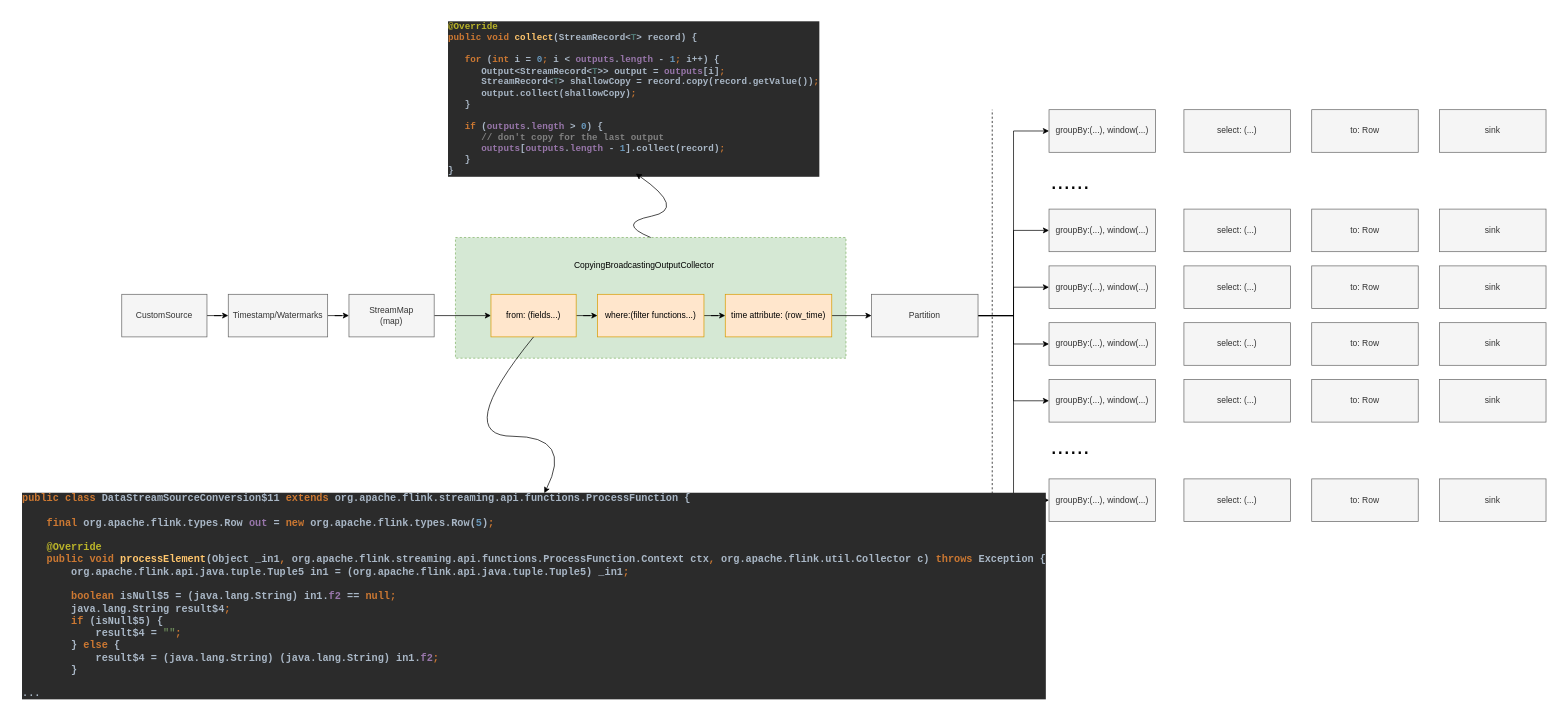
Above: Flink-workflow-multisql.drawio in popvlovs/popvlovs-repository (draw.io), before the change. Source tidied: cells renumbered, new cells numbered last; positions are measured from the earlier drawing's top-left corner, leaving out a move shared by most shapes. Both pictures are drawn from the tidied source at 71%, with x=0, y=0 at pixel (19, 24).
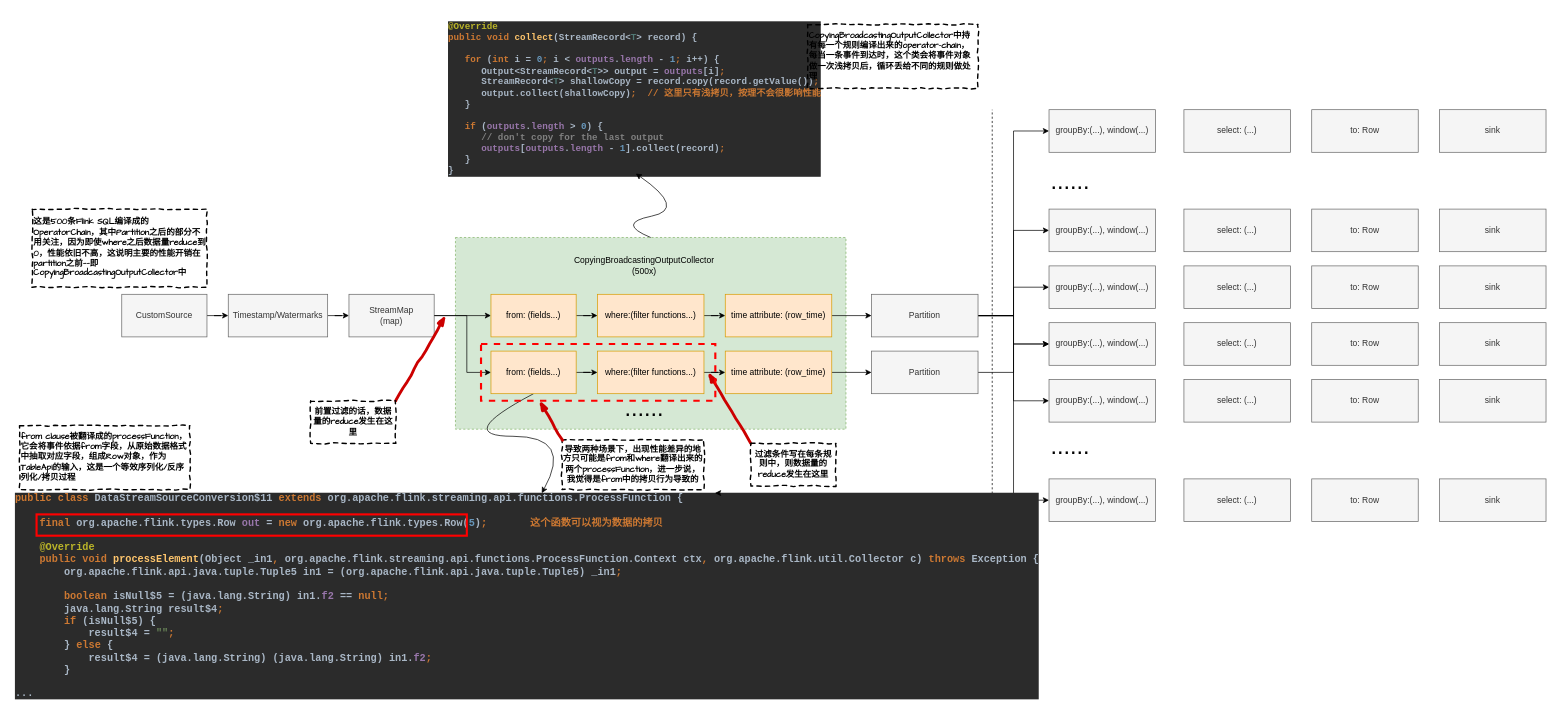
After the change.

The change refers to these unchanged cells:
```xml
<mxCell id="4" value="StreamMap&lt;br&gt;(map)" style="rounded=0;whiteSpace=wrap;html=1;fillColor=#f5f5f5;strokeColor=#666666;fontColor=#333333;" parent="1" vertex="1">
  <mxGeometry x="464" y="380" width="120" height="60" as="geometry" />
</mxCell>
<mxCell id="6" value="from: (fields...)" style="rounded=0;whiteSpace=wrap;html=1;fillColor=#ffe6cc;strokeColor=#d79b00;" parent="1" vertex="1">
  <mxGeometry x="664" y="380" width="120" height="60" as="geometry" />
</mxCell>
<mxCell id="35" value="groupBy:(...), window(...)" style="rounded=0;whiteSpace=wrap;html=1;fillColor=#f5f5f5;strokeColor=#666666;fontColor=#333333;" parent="1" vertex="1">
  <mxGeometry x="1450" y="420" width="150" height="60" as="geometry" />
</mxCell>
```

What changed in the source:
```diff
@@
     <mxCell id="2" style="rounded=0;whiteSpace=wrap;html=1;dashed=1;fillColor=#d5e8d4;strokeColor=#82b366;" parent="1" vertex="1">
-      <mxGeometry x="614" y="300" width="550" height="170" as="geometry" />
+      <mxGeometry x="614" y="300" width="550" height="270" as="geometry" />
     </mxCell>
@@
-    <mxCell id="49" value="CopyingBroadcastingOutputCollector" style="text;html=1;strokeColor=none;fillColor=none;align=center;verticalAlign=middle;whiteSpace=wrap;rounded=0;dashed=1;" parent="1" vertex="1">
+    <mxCell id="49" value="CopyingBroadcastingOutputCollector&lt;br&gt;(500x)" style="text;html=1;strokeColor=none;fillColor=none;align=center;verticalAlign=middle;whiteSpace=wrap;rounded=0;dashed=1;" parent="1" vertex="1">
       <mxGeometry x="860" y="330" width="40" height="20" as="geometry" />
     </mxCell>
-    <mxCell id="50" value="&lt;pre style=&quot;background-color: rgb(43 , 43 , 43) ; color: rgb(169 , 183 , 198) ; font-family: &amp;#34;consolas&amp;#34; ; font-size: 13px&quot;&gt;&lt;span style=&quot;color: #bbb529&quot;&gt;@Override&lt;br&gt;&lt;/span&gt;&lt;span style=&quot;color: #cc7832&quot;&gt;public void &lt;/span&gt;&lt;span style=&quot;color: #ffc66d&quot;&gt;collect&lt;/span&gt;(StreamRecord&amp;lt;&lt;span style=&quot;color: #507874&quot;&gt;T&lt;/span&gt;&amp;gt; record) {&lt;br&gt;&lt;br&gt;   &lt;span style=&quot;color: #cc7832&quot;&gt;for &lt;/span&gt;(&lt;span style=&quot;color: #cc7832&quot;&gt;int &lt;/span&gt;i = &lt;span style=&quot;color: #6897bb&quot;&gt;0&lt;/span&gt;&lt;span style=&quot;color: #cc7832&quot;&gt;; &lt;/span&gt;i &amp;lt; &lt;span style=&quot;color: #9876aa&quot;&gt;outputs&lt;/span&gt;.&lt;span style=&quot;color: #9876aa&quot;&gt;length &lt;/span&gt;- &lt;span style=&quot;color: #6897bb&quot;&gt;1&lt;/span&gt;&lt;span style=&quot;color: #cc7832&quot;&gt;; &lt;/span&gt;i++) {&lt;br&gt;      Output&amp;lt;StreamRecord&amp;lt;&lt;span style=&quot;color: #507874&quot;&gt;T&lt;/span&gt;&amp;gt;&amp;gt; output = &lt;span style=&quot;color: #9876aa&quot;&gt;outputs&lt;/span&gt;[i]&lt;span style=&quot;color: #cc7832&quot;&gt;;&lt;br&gt;&lt;/span&gt;&lt;span style=&quot;color: #cc7832&quot;&gt;      &lt;/span&gt;StreamRecord&amp;lt;&lt;span style=&quot;color: #507874&quot;&gt;T&lt;/span&gt;&amp;gt; shallowCopy = record.copy(record.getValue())&lt;span style=&quot;color: #cc7832&quot;&gt;;&lt;br&gt;&lt;/span&gt;&lt;span style=&quot;color: #cc7832&quot;&gt;      &lt;/span&gt;output.collect(shallowCopy)&lt;span style=&quot;color: #cc7832&quot;&gt;;&lt;br&gt;&lt;/span&gt;&lt;span style=&quot;color: #cc7832&quot;&gt;   &lt;/span&gt;}&lt;br&gt;&lt;br&gt;   &lt;span style=&quot;color: #cc7832&quot;&gt;if &lt;/span&gt;(&lt;span style=&quot;color: #9876aa&quot;&gt;outputs&lt;/span&gt;.&lt;span style=&quot;color: #9876aa&quot;&gt;length &lt;/span&gt;&amp;gt; &lt;span style=&quot;color: #6897bb&quot;&gt;0&lt;/span&gt;) {&lt;br&gt;      &lt;span style=&quot;color: #808080&quot;&gt;// don't copy for the last output&lt;br&gt;&lt;/span&gt;&lt;span style=&quot;color: #808080&quot;&gt;      &lt;/span&gt;&lt;span style=&quot;color: #9876aa&quot;&gt;outputs&lt;/span&gt;[&lt;span style=&quot;color: #9876aa&quot;&gt;outputs&lt;/span&gt;.&lt;span style=&quot;color: #9876aa&quot;&gt;length &lt;/span&gt;- &lt;span style=&quot;color: #6897bb&quot;&gt;1&lt;/span&gt;].collect(record)&lt;span style=&quot;color: #cc7832&quot;&gt;;&lt;br&gt;&lt;/span&gt;&lt;span style=&quot;color: #cc7832&quot;&gt;   &lt;/span&gt;}&lt;br&gt;}&lt;/pre&gt;" style="html=1;whiteSpace=wrap;comic=1;strokeWidth=1;fontFamily=Comic Sans MS;fontStyle=1;dashed=1;align=left;strokeColor=none;gradientColor=none;fillColor=none;spacingTop=1;spacingBottom=1;spacingLeft=1;spacingRight=1;spacing=3;" parent="1" vertex="1">
+    <mxCell id="50" value="&lt;pre style=&quot;background-color: rgb(43 , 43 , 43) ; color: rgb(169 , 183 , 198) ; font-family: &amp;#34;consolas&amp;#34; ; font-size: 13px&quot;&gt;&lt;span style=&quot;color: #bbb529&quot;&gt;@Override&lt;br&gt;&lt;/span&gt;&lt;span style=&quot;color: #cc7832&quot;&gt;public void &lt;/span&gt;&lt;span style=&quot;color: #ffc66d&quot;&gt;collect&lt;/span&gt;(StreamRecord&amp;lt;&lt;span style=&quot;color: #507874&quot;&gt;T&lt;/span&gt;&amp;gt; record) {&lt;br&gt;&lt;br&gt;   &lt;span style=&quot;color: #cc7832&quot;&gt;for &lt;/span&gt;(&lt;span style=&quot;color: #cc7832&quot;&gt;int &lt;/span&gt;i = &lt;span style=&quot;color: #6897bb&quot;&gt;0&lt;/span&gt;&lt;span style=&quot;color: #cc7832&quot;&gt;; &lt;/span&gt;i &amp;lt; &lt;span style=&quot;color: #9876aa&quot;&gt;outputs&lt;/span&gt;.&lt;span style=&quot;color: #9876aa&quot;&gt;length &lt;/span&gt;- &lt;span style=&quot;color: #6897bb&quot;&gt;1&lt;/span&gt;&lt;span style=&quot;color: #cc7832&quot;&gt;; &lt;/span&gt;i++) {&lt;br&gt;      Output&amp;lt;StreamRecord&amp;lt;&lt;span style=&quot;color: #507874&quot;&gt;T&lt;/span&gt;&amp;gt;&amp;gt; output = &lt;span style=&quot;color: #9876aa&quot;&gt;outputs&lt;/span&gt;[i]&lt;span style=&quot;color: #cc7832&quot;&gt;;&lt;br&gt;&lt;/span&gt;&lt;span style=&quot;color: #cc7832&quot;&gt;      &lt;/span&gt;StreamRecord&amp;lt;&lt;span style=&quot;color: #507874&quot;&gt;T&lt;/span&gt;&amp;gt; shallowCopy = record.copy(record.getValue())&lt;span style=&quot;color: #cc7832&quot;&gt;;&lt;br&gt;&lt;/span&gt;&lt;span style=&quot;color: #cc7832&quot;&gt;      &lt;/span&gt;output.collect(shallowCopy)&lt;span style=&quot;color: #cc7832&quot;&gt;;  // 这里只有浅拷贝，按理不会很影响性能&lt;br&gt;&lt;/span&gt;&lt;span style=&quot;color: #cc7832&quot;&gt;   &lt;/span&gt;}&lt;br&gt;&lt;br&gt;   &lt;span style=&quot;color: #cc7832&quot;&gt;if &lt;/span&gt;(&lt;span style=&quot;color: #9876aa&quot;&gt;outputs&lt;/span&gt;.&lt;span style=&quot;color: #9876aa&quot;&gt;length &lt;/span&gt;&amp;gt; &lt;span style=&quot;color: #6897bb&quot;&gt;0&lt;/span&gt;) {&lt;br&gt;      &lt;span style=&quot;color: #808080&quot;&gt;// don't copy for the last output&lt;br&gt;&lt;/span&gt;&lt;span style=&quot;color: #808080&quot;&gt;      &lt;/span&gt;&lt;span style=&quot;color: #9876aa&quot;&gt;outputs&lt;/span&gt;[&lt;span style=&quot;color: #9876aa&quot;&gt;outputs&lt;/span&gt;.&lt;span style=&quot;color: #9876aa&quot;&gt;length &lt;/span&gt;- &lt;span style=&quot;color: #6897bb&quot;&gt;1&lt;/span&gt;].collect(record)&lt;span style=&quot;color: #cc7832&quot;&gt;;&lt;br&gt;&lt;/span&gt;&lt;span style=&quot;color: #cc7832&quot;&gt;   &lt;/span&gt;}&lt;br&gt;}&lt;/pre&gt;" style="html=1;whiteSpace=wrap;comic=1;strokeWidth=1;fontFamily=Comic Sans MS;fontStyle=1;dashed=1;align=left;strokeColor=none;gradientColor=none;fillColor=none;spacingTop=1;spacingBottom=1;spacingLeft=1;spacingRight=1;spacing=3;" parent="1" vertex="1">
       <mxGeometry x="600" width="536" height="210" as="geometry" />
     </mxCell>
@@
-    <mxCell id="52" value="&lt;pre style=&quot;background-color: rgb(43 , 43 , 43) ; color: rgb(169 , 183 , 198) ; font-family: &amp;#34;consolas&amp;#34; ; font-size: 13px&quot;&gt;&lt;pre style=&quot;font-family: &amp;#34;consolas&amp;#34; ; font-size: 10.8pt&quot;&gt;&lt;span style=&quot;color: #cc7832&quot;&gt;public class &lt;/span&gt;DataStreamSourceConversion$11 &lt;span style=&quot;color: #cc7832&quot;&gt;extends &lt;/span&gt;org.apache.flink.streaming.api.functions.ProcessFunction {&lt;br&gt;&lt;br&gt;    &lt;span style=&quot;color: #cc7832&quot;&gt;final &lt;/span&gt;org.apache.flink.types.Row &lt;span style=&quot;color: #9876aa&quot;&gt;out &lt;/span&gt;= &lt;span style=&quot;color: #cc7832&quot;&gt;new &lt;/span&gt;org.apache.flink.types.Row(&lt;span style=&quot;color: #6897bb&quot;&gt;5&lt;/span&gt;)&lt;span style=&quot;color: #cc7832&quot;&gt;;&lt;br&gt;&lt;/span&gt;&lt;span style=&quot;color: #cc7832&quot;&gt;&lt;br&gt;&lt;/span&gt;&lt;span style=&quot;color: #cc7832&quot;&gt;    &lt;/span&gt;&lt;span style=&quot;color: #bbb529&quot;&gt;@Override&lt;br&gt;&lt;/span&gt;&lt;span style=&quot;color: #bbb529&quot;&gt;    &lt;/span&gt;&lt;span style=&quot;color: #cc7832&quot;&gt;public void &lt;/span&gt;&lt;span style=&quot;color: #ffc66d&quot;&gt;processElement&lt;/span&gt;(Object _in1&lt;span style=&quot;color: #cc7832&quot;&gt;, &lt;/span&gt;org.apache.flink.streaming.api.functions.ProcessFunction.Context ctx&lt;span style=&quot;color: #cc7832&quot;&gt;, &lt;/span&gt;org.apache.flink.util.Collector c) &lt;span style=&quot;color: #cc7832&quot;&gt;throws &lt;/span&gt;Exception {&lt;br&gt;        org.apache.flink.api.java.tuple.Tuple5 in1 = (org.apache.flink.api.java.tuple.Tuple5) _in1&lt;span style=&quot;color: #cc7832&quot;&gt;;&lt;br&gt;&lt;/span&gt;&lt;span style=&quot;color: #cc7832&quot;&gt;&lt;br&gt;&lt;/span&gt;&lt;span style=&quot;color: #cc7832&quot;&gt;        boolean &lt;/span&gt;isNull$5 = (java.lang.String) in1.&lt;span style=&quot;color: #9876aa&quot;&gt;f2 &lt;/span&gt;== &lt;span style=&quot;color: #cc7832&quot;&gt;null;&lt;br&gt;&lt;/span&gt;&lt;span style=&quot;color: #cc7832&quot;&gt;        &lt;/span&gt;java.lang.String result$4&lt;span style=&quot;color: #cc7832&quot;&gt;;&lt;br&gt;&lt;/span&gt;&lt;span style=&quot;color: #cc7832&quot;&gt;        if &lt;/span&gt;(isNull$5) {&lt;br&gt;            result$4 = &lt;span style=&quot;color: #6a8759&quot;&gt;&quot;&quot;&lt;/span&gt;&lt;span style=&quot;color: #cc7832&quot;&gt;;&lt;br&gt;&lt;/span&gt;&lt;span style=&quot;color: #cc7832&quot;&gt;        &lt;/span&gt;} &lt;span style=&quot;color: #cc7832&quot;&gt;else &lt;/span&gt;{&lt;br&gt;            result$4 = (java.lang.String) (java.lang.String) in1.&lt;span style=&quot;color: #9876aa&quot;&gt;f2&lt;/span&gt;&lt;span style=&quot;color: #cc7832&quot;&gt;;&lt;br&gt;&lt;/span&gt;&lt;span style=&quot;color: #cc7832&quot;&gt;        &lt;/span&gt;}&lt;/pre&gt;&lt;pre style=&quot;font-family: &amp;#34;consolas&amp;#34; ; font-size: 10.8pt&quot;&gt;...&lt;/pre&gt;&lt;/pre&gt;" style="html=1;whiteSpace=wrap;comic=1;strokeWidth=1;fontFamily=Comic Sans MS;fontStyle=1;dashed=1;align=left;strokeColor=none;gradientColor=none;fillColor=none;spacingTop=1;spacingBottom=1;spacingLeft=1;spacingRight=1;spacing=3;" parent="1" vertex="1">
-      <mxGeometry y="660" width="1330" height="290" as="geometry" />
+    <mxCell id="52" value="&lt;pre style=&quot;background-color: rgb(43 , 43 , 43) ; color: rgb(169 , 183 , 198) ; font-family: &amp;#34;consolas&amp;#34; ; font-size: 13px&quot;&gt;&lt;pre style=&quot;font-family: &amp;#34;consolas&amp;#34; ; font-size: 10.8pt&quot;&gt;&lt;span style=&quot;color: #cc7832&quot;&gt;public class &lt;/span&gt;DataStreamSourceConversion$11 &lt;span style=&quot;color: #cc7832&quot;&gt;extends &lt;/span&gt;org.apache.flink.streaming.api.functions.ProcessFunction {&lt;br&gt;&lt;br&gt;    &lt;span style=&quot;color: #cc7832&quot;&gt;final &lt;/span&gt;org.apache.flink.types.Row &lt;span style=&quot;color: #9876aa&quot;&gt;out &lt;/span&gt;= &lt;span style=&quot;color: #cc7832&quot;&gt;new &lt;/span&gt;org.apache.flink.types.Row(&lt;span style=&quot;color: #6897bb&quot;&gt;5&lt;/span&gt;)&lt;span style=&quot;color: #cc7832&quot;&gt;;       这个函数可以视为数据的拷贝&lt;br&gt;&lt;/span&gt;&lt;span style=&quot;color: #cc7832&quot;&gt;&lt;br&gt;&lt;/span&gt;&lt;span style=&quot;color: #cc7832&quot;&gt;    &lt;/span&gt;&lt;span style=&quot;color: #bbb529&quot;&gt;@Override&lt;br&gt;&lt;/span&gt;&lt;span style=&quot;color: #bbb529&quot;&gt;    &lt;/span&gt;&lt;span style=&quot;color: #cc7832&quot;&gt;public void &lt;/span&gt;&lt;span style=&quot;color: #ffc66d&quot;&gt;processElement&lt;/span&gt;(Object _in1&lt;span style=&quot;color: #cc7832&quot;&gt;, &lt;/span&gt;org.apache.flink.streaming.api.functions.ProcessFunction.Context ctx&lt;span style=&quot;color: #cc7832&quot;&gt;, &lt;/span&gt;org.apache.flink.util.Collector c) &lt;span style=&quot;color: #cc7832&quot;&gt;throws &lt;/span&gt;Exception {&lt;br&gt;        org.apache.flink.api.java.tuple.Tuple5 in1 = (org.apache.flink.api.java.tuple.Tuple5) _in1&lt;span style=&quot;color: #cc7832&quot;&gt;;&lt;br&gt;&lt;/span&gt;&lt;span style=&quot;color: #cc7832&quot;&gt;&lt;br&gt;&lt;/span&gt;&lt;span style=&quot;color: #cc7832&quot;&gt;        boolean &lt;/span&gt;isNull$5 = (java.lang.String) in1.&lt;span style=&quot;color: #9876aa&quot;&gt;f2 &lt;/span&gt;== &lt;span style=&quot;color: #cc7832&quot;&gt;null;&lt;br&gt;&lt;/span&gt;&lt;span style=&quot;color: #cc7832&quot;&gt;        &lt;/span&gt;java.lang.String result$4&lt;span style=&quot;color: #cc7832&quot;&gt;;&lt;br&gt;&lt;/span&gt;&lt;span style=&quot;color: #cc7832&quot;&gt;        if &lt;/span&gt;(isNull$5) {&lt;br&gt;            result$4 = &lt;span style=&quot;color: #6a8759&quot;&gt;&quot;&quot;&lt;/span&gt;&lt;span style=&quot;color: #cc7832&quot;&gt;;&lt;br&gt;&lt;/span&gt;&lt;span style=&quot;color: #cc7832&quot;&gt;        &lt;/span&gt;} &lt;span style=&quot;color: #cc7832&quot;&gt;else &lt;/span&gt;{&lt;br&gt;            result$4 = (java.lang.String) (java.lang.String) in1.&lt;span style=&quot;color: #9876aa&quot;&gt;f2&lt;/span&gt;&lt;span style=&quot;color: #cc7832&quot;&gt;;&lt;br&gt;&lt;/span&gt;&lt;span style=&quot;color: #cc7832&quot;&gt;        &lt;/span&gt;}&lt;/pre&gt;&lt;pre style=&quot;font-family: &amp;#34;consolas&amp;#34; ; font-size: 10.8pt&quot;&gt;...&lt;/pre&gt;&lt;/pre&gt;" style="html=1;whiteSpace=wrap;comic=1;strokeWidth=1;fontFamily=Comic Sans MS;fontStyle=1;dashed=1;align=left;strokeColor=none;gradientColor=none;fillColor=none;spacingTop=1;spacingBottom=1;spacingLeft=1;spacingRight=1;spacing=3;" parent="1" vertex="1">
+      <mxGeometry x="-10" y="660" width="1330" height="290" as="geometry" />
     </mxCell>
-    <mxCell id="53" style="curved=1;endArrow=classic;html=1;exitX=0.5;exitY=1;exitDx=0;exitDy=0;" parent="1" edge="1" source="6" target="52">
+    <mxCell id="53" style="curved=1;endArrow=classic;html=1;exitX=0.5;exitY=1;exitDx=0;exitDy=0;" parent="1" edge="1" source="55" target="52">
       <mxGeometry relative="1" as="geometry">
         <Array as="points">
           <mxPoint x="610" y="580" />
           <mxPoint x="780" y="580" />
         </Array>
       </mxGeometry>
     </mxCell>
+    <mxCell id="54" style="edgeStyle=orthogonalEdgeStyle;rounded=0;jettySize=auto;html=1;exitX=1;exitY=0.5;exitDx=0;exitDy=0;" parent="1" edge="1" source="55" target="57">
+      <mxGeometry relative="1" as="geometry" />
+    </mxCell>
+    <mxCell id="55" value="from: (fields...)" style="rounded=0;whiteSpace=wrap;html=1;fillColor=#ffe6cc;strokeColor=#d79b00;" parent="1" vertex="1">
+      <mxGeometry x="664" y="460" width="120" height="60" as="geometry" />
+    </mxCell>
+    <mxCell id="56" style="edgeStyle=orthogonalEdgeStyle;rounded=0;jettySize=auto;html=1;exitX=1;exitY=0.5;exitDx=0;exitDy=0;" parent="1" edge="1" source="57" target="59">
+      <mxGeometry relative="1" as="geometry" />
+    </mxCell>
+    <mxCell id="57" value="where:(filter functions...)" style="rounded=0;whiteSpace=wrap;html=1;fillColor=#ffe6cc;strokeColor=#d79b00;" parent="1" vertex="1">
+      <mxGeometry x="814" y="460" width="150" height="60" as="geometry" />
+    </mxCell>
+    <mxCell id="58" style="edgeStyle=orthogonalEdgeStyle;rounded=0;jettySize=auto;html=1;exitX=1;exitY=0.5;exitDx=0;exitDy=0;" parent="1" edge="1" source="59" target="61">
+      <mxGeometry relative="1" as="geometry" />
+    </mxCell>
+    <mxCell id="59" value="time attribute: (row_time)" style="rounded=0;whiteSpace=wrap;html=1;fillColor=#ffe6cc;strokeColor=#d79b00;" parent="1" vertex="1">
+      <mxGeometry x="994" y="460" width="150" height="60" as="geometry" />
+    </mxCell>
+    <mxCell id="60" style="edgeStyle=orthogonalEdgeStyle;rounded=0;jettySize=auto;html=1;exitX=1;exitY=0.5;exitDx=0;exitDy=0;entryX=0;entryY=0.5;entryDx=0;entryDy=0;" parent="1" edge="1" source="61" target="35">
+      <mxGeometry relative="1" as="geometry" />
+    </mxCell>
+    <mxCell id="61" value="Partition" style="rounded=0;whiteSpace=wrap;html=1;fillColor=#f5f5f5;strokeColor=#666666;fontColor=#333333;" parent="1" vertex="1">
+      <mxGeometry x="1200" y="460" width="150" height="60" as="geometry" />
+    </mxCell>
+    <mxCell id="62" value="&lt;font style=&quot;font-size: 33px&quot;&gt;......&lt;/font&gt;" style="text;html=1;strokeColor=none;fillColor=none;align=center;verticalAlign=middle;whiteSpace=wrap;rounded=0;" parent="1" vertex="1">
+      <mxGeometry x="860" y="530" width="40" height="20" as="geometry" />
+    </mxCell>
+    <mxCell id="63" style="edgeStyle=orthogonalEdgeStyle;rounded=0;orthogonalLoop=1;jettySize=auto;html=1;exitX=0.75;exitY=0;exitDx=0;exitDy=0;entryX=0.744;entryY=-0.003;entryDx=0;entryDy=0;entryPerimeter=0;" parent="1" edge="1" source="52" target="52">
+      <mxGeometry relative="1" as="geometry" />
+    </mxCell>
+    <mxCell id="64" style="edgeStyle=orthogonalEdgeStyle;rounded=0;jettySize=auto;html=1;entryX=0;entryY=0.5;entryDx=0;entryDy=0;" parent="1" edge="1" source="4" target="55">
+      <mxGeometry relative="1" as="geometry">
+        <Array as="points">
+          <mxPoint x="630" y="410" />
+          <mxPoint x="630" y="490" />
+        </Array>
+      </mxGeometry>
+    </mxCell>
+    <mxCell id="65" style="rounded=0;comic=1;strokeWidth=4;endArrow=blockThin;html=1;fontFamily=Comic Sans MS;fontStyle=1;fontColor=#FF0000;fillColor=#f8cecc;strokeColor=#CC0000;" parent="1" edge="1">
+      <mxGeometry relative="1" as="geometry">
+        <mxPoint x="1030" y="590" as="sourcePoint" />
+        <mxPoint x="970" y="490" as="targetPoint" />
+      </mxGeometry>
+    </mxCell>
+    <mxCell id="66" value="过滤条件写在每条规则中，则数据量的reduce发生在这里" style="html=1;whiteSpace=wrap;comic=1;strokeWidth=2;fontFamily=Comic Sans MS;fontStyle=1;dashed=1;fillColor=none;gradientColor=none;" parent="1" vertex="1">
+      <mxGeometry x="1030" y="590" width="120" height="60" as="geometry" />
+    </mxCell>
+    <mxCell id="67" style="rounded=0;comic=1;strokeWidth=4;endArrow=blockThin;html=1;fontFamily=Comic Sans MS;fontStyle=1;fontColor=#FF0000;fillColor=#f8cecc;strokeColor=#CC0000;exitX=1;exitY=0;exitDx=0;exitDy=0;" parent="1" edge="1" source="68">
+      <mxGeometry relative="1" as="geometry">
+        <mxPoint x="600" y="410" as="targetPoint" />
+      </mxGeometry>
+    </mxCell>
+    <mxCell id="68" value="前置过滤的话，数据量的reduce发生在这里" style="html=1;whiteSpace=wrap;comic=1;strokeWidth=2;fontFamily=Comic Sans MS;fontStyle=1;dashed=1;fillColor=none;gradientColor=none;" parent="1" vertex="1">
+      <mxGeometry x="410" y="530" width="120" height="60" as="geometry" />
+    </mxCell>
+    <mxCell id="69" style="rounded=0;whiteSpace=wrap;html=1;strokeWidth=3;fillColor=none;gradientColor=none;fontColor=#FF0000;strokeColor=#FF0000;" parent="1" vertex="1">
+      <mxGeometry x="24" y="690" width="606" height="30" as="geometry" />
+    </mxCell>
+    <mxCell id="70" style="rounded=0;whiteSpace=wrap;html=1;strokeWidth=3;fillColor=none;gradientColor=none;fontColor=#FF0000;strokeColor=#FF0000;dashed=1;" parent="1" vertex="1">
+      <mxGeometry x="650" y="450" width="330" height="80" as="geometry" />
+    </mxCell>
+    <mxCell id="71" value="导致两种场景下，出现性能差异的地方只可能是from和where翻译出来的两个processFunction，进一步说，我觉得是from中的拷贝行为导致的" style="html=1;whiteSpace=wrap;comic=1;strokeWidth=2;fontFamily=Comic Sans MS;fontStyle=1;dashed=1;fillColor=none;gradientColor=none;" parent="1" vertex="1">
+      <mxGeometry x="764" y="585" width="200" height="70" as="geometry" />
+    </mxCell>
+    <mxCell id="72" style="rounded=0;comic=1;strokeWidth=4;endArrow=blockThin;html=1;fontFamily=Comic Sans MS;fontStyle=1;fontColor=#FF0000;fillColor=#f8cecc;strokeColor=#CC0000;exitX=0;exitY=0;exitDx=0;exitDy=0;entryX=0.25;entryY=1;entryDx=0;entryDy=0;" parent="1" edge="1" source="71" target="70">
+      <mxGeometry relative="1" as="geometry" />
+    </mxCell>
+    <mxCell id="73" value="CopyingBroadcastingOutputCollector中持有每一个规则编译出来的operator-chain，每当一条事件到达时，这个类会将事件对象做一次浅拷贝后，循环丢给不同的规则做处理" style="html=1;whiteSpace=wrap;comic=1;strokeWidth=2;fontFamily=Comic Sans MS;fontStyle=1;dashed=1;fillColor=none;gradientColor=none;align=left;" parent="1" vertex="1">
+      <mxGeometry x="1110" width="240" height="90" as="geometry" />
+    </mxCell>
+    <mxCell id="74" value="from clause被翻译成的processFunction，它会将事件依据from字段，从原始数据格式中抽取对应字段，组成Row对象，作为TableApi的输入，这是一个等效序列化/反序列化/拷贝过程" style="html=1;whiteSpace=wrap;comic=1;strokeWidth=2;fontFamily=Comic Sans MS;fontStyle=1;dashed=1;fillColor=none;gradientColor=none;align=left;" parent="1" vertex="1">
+      <mxGeometry y="565" width="240" height="90" as="geometry" />
+    </mxCell>
+    <mxCell id="75" value="这是500条Flink SQL编译成的OperatorChain，其中Partition之后的部分不用关注，因为即使where之后数据量reduce到0，性能依旧不高，这说明主要的性能开销在partition之前——即CopyingBroadcastingOutputCollector中" style="html=1;whiteSpace=wrap;comic=1;strokeWidth=2;fontFamily=Comic Sans MS;fontStyle=1;dashed=1;fillColor=none;gradientColor=none;align=left;" parent="1" vertex="1">
+      <mxGeometry x="18" y="260" width="246" height="110" as="geometry" />
+    </mxCell>
```
